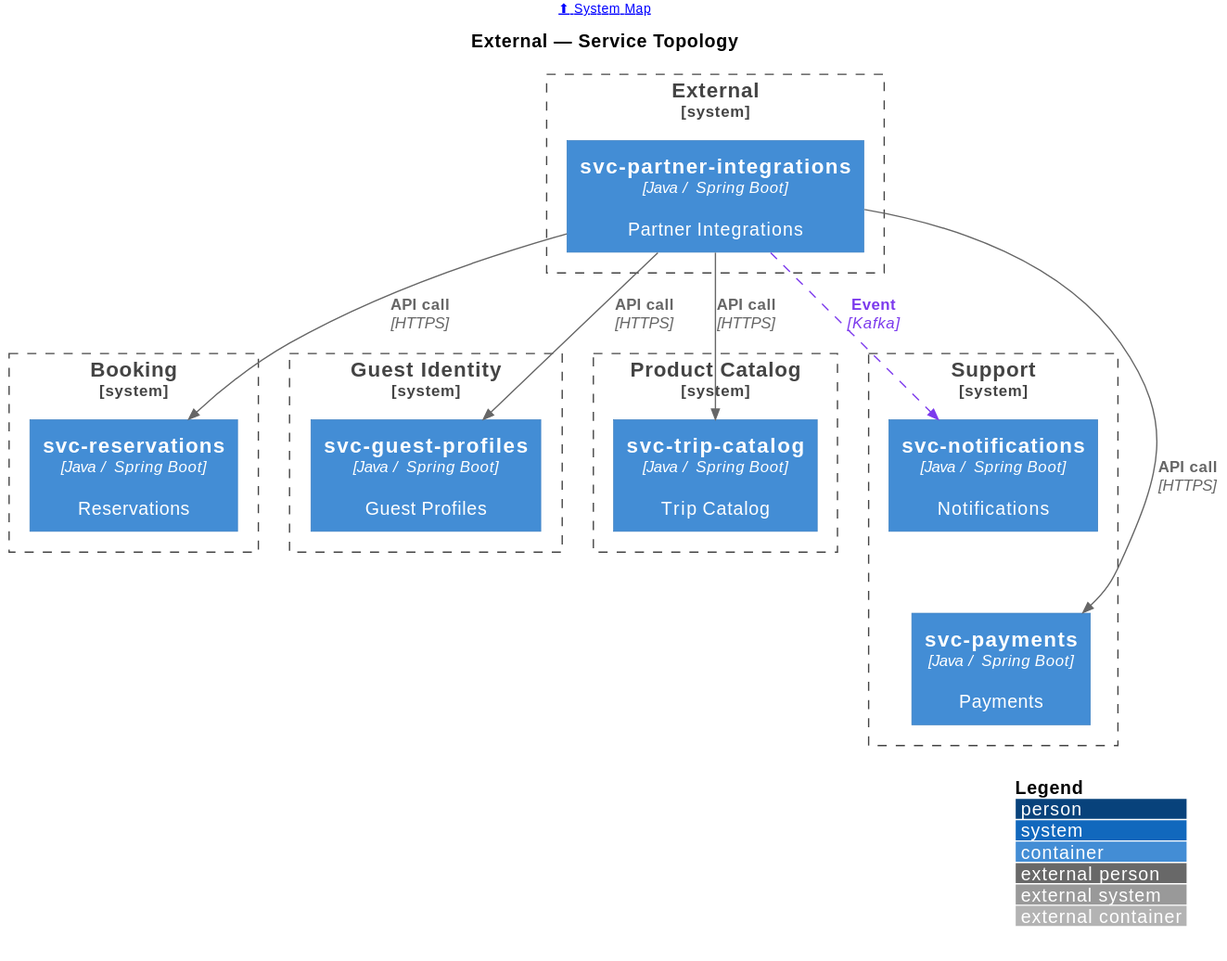
This is portal/docs/topology/svg/topology-external.svg from christopherblaisdell/continuous-architecture-platform-poc, a PlantUML export, as it was before one commit. Source of this version:
```plantuml
@startuml
!include <c4/C4_Container>

LAYOUT_WITH_LEGEND()
LAYOUT_TOP_DOWN()

AddRelTag("kafka", $lineStyle=DashedLine(), $lineColor="#7c3aed", $textColor="#7c3aed", $legendText="Kafka Events")

header [[/topology/system-map/ ⬆ System Map]]
title External — Service Topology

System_Boundary(External, "External") {
    Container(svc_partner_integrations, "svc-partner-integrations", "Java / Spring Boot", "Partner Integrations", $link="/microservices/svc-partner-integrations/#integration-context")
}

System_Boundary(Booking, "Booking") {
    Container(svc_reservations, "svc-reservations", "Java / Spring Boot", "Reservations", $link="/microservices/svc-reservations/#integration-context")
}

System_Boundary(Guest_Identity, "Guest Identity") {
    Container(svc_guest_profiles, "svc-guest-profiles", "Java / Spring Boot", "Guest Profiles", $link="/microservices/svc-guest-profiles/#integration-context")
}

System_Boundary(Product_Catalog, "Product Catalog") {
    Container(svc_trip_catalog, "svc-trip-catalog", "Java / Spring Boot", "Trip Catalog", $link="/microservices/svc-trip-catalog/#integration-context")
}

System_Boundary(Support, "Support") {
    Container(svc_notifications, "svc-notifications", "Java / Spring Boot", "Notifications", $link="/microservices/svc-notifications/#integration-context")
    Container(svc_payments, "svc-payments", "Java / Spring Boot", "Payments", $link="/microservices/svc-payments/#integration-context")
}

Rel(svc_partner_integrations, svc_guest_profiles, "API call", "HTTPS")
Rel(svc_partner_integrations, svc_payments, "API call", "HTTPS")
Rel(svc_partner_integrations, svc_reservations, "API call", "HTTPS")
Rel(svc_partner_integrations, svc_trip_catalog, "API call", "HTTPS")
Rel(svc_partner_integrations, svc_notifications, "Event", "Kafka", $tags="kafka")
Lay_D(svc_notifications, svc_payments)
@enduml
```
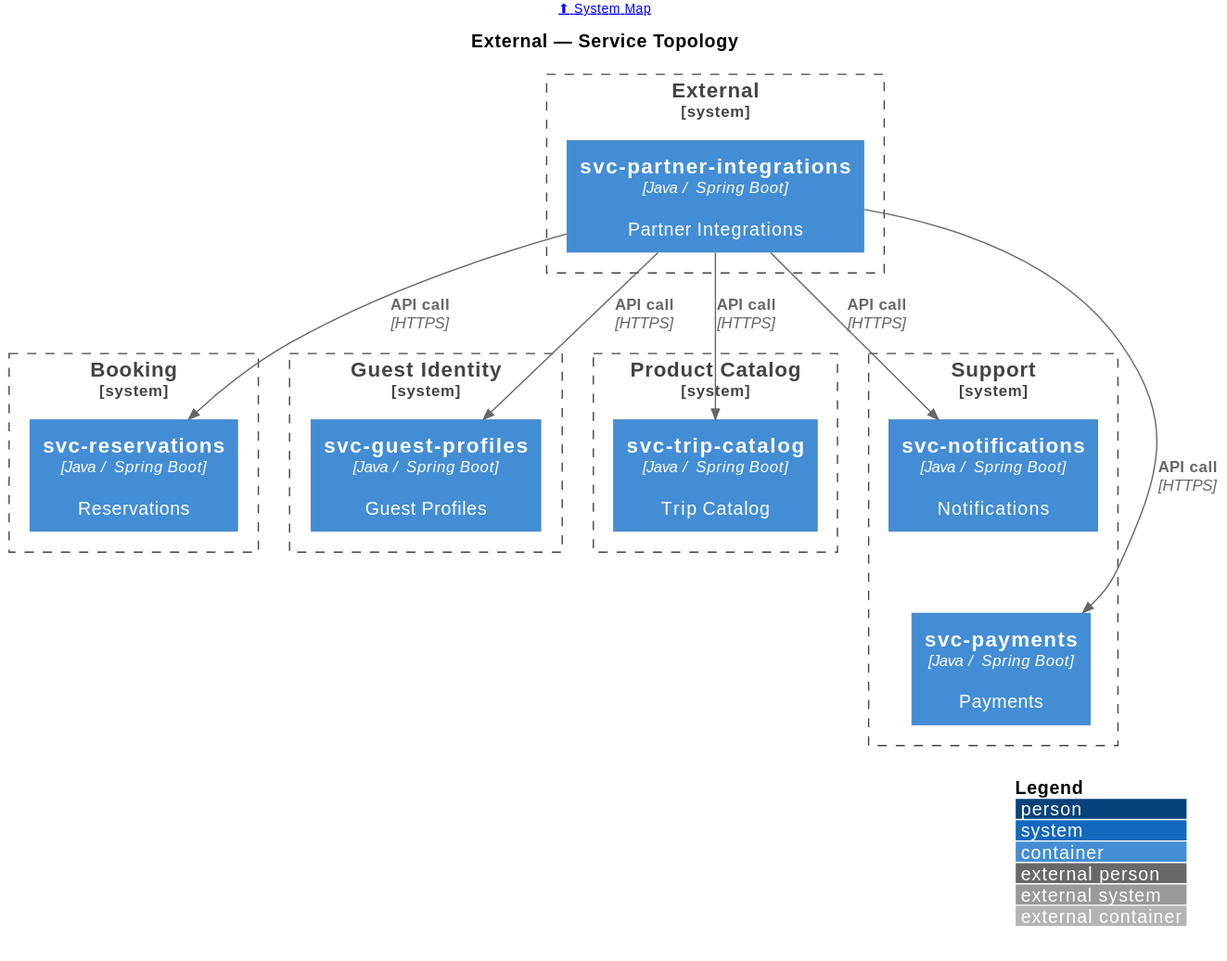
The same diagram one commit later.

What changed in the source:
```diff
@@ -31,9 +31,9 @@
 }
 
 Rel(svc_partner_integrations, svc_guest_profiles, "API call", "HTTPS")
+Rel(svc_partner_integrations, svc_notifications, "API call", "HTTPS")
 Rel(svc_partner_integrations, svc_payments, "API call", "HTTPS")
 Rel(svc_partner_integrations, svc_reservations, "API call", "HTTPS")
 Rel(svc_partner_integrations, svc_trip_catalog, "API call", "HTTPS")
-Rel(svc_partner_integrations, svc_notifications, "Event", "Kafka", $tags="kafka")
 Lay_D(svc_notifications, svc_payments)
 @enduml
```
